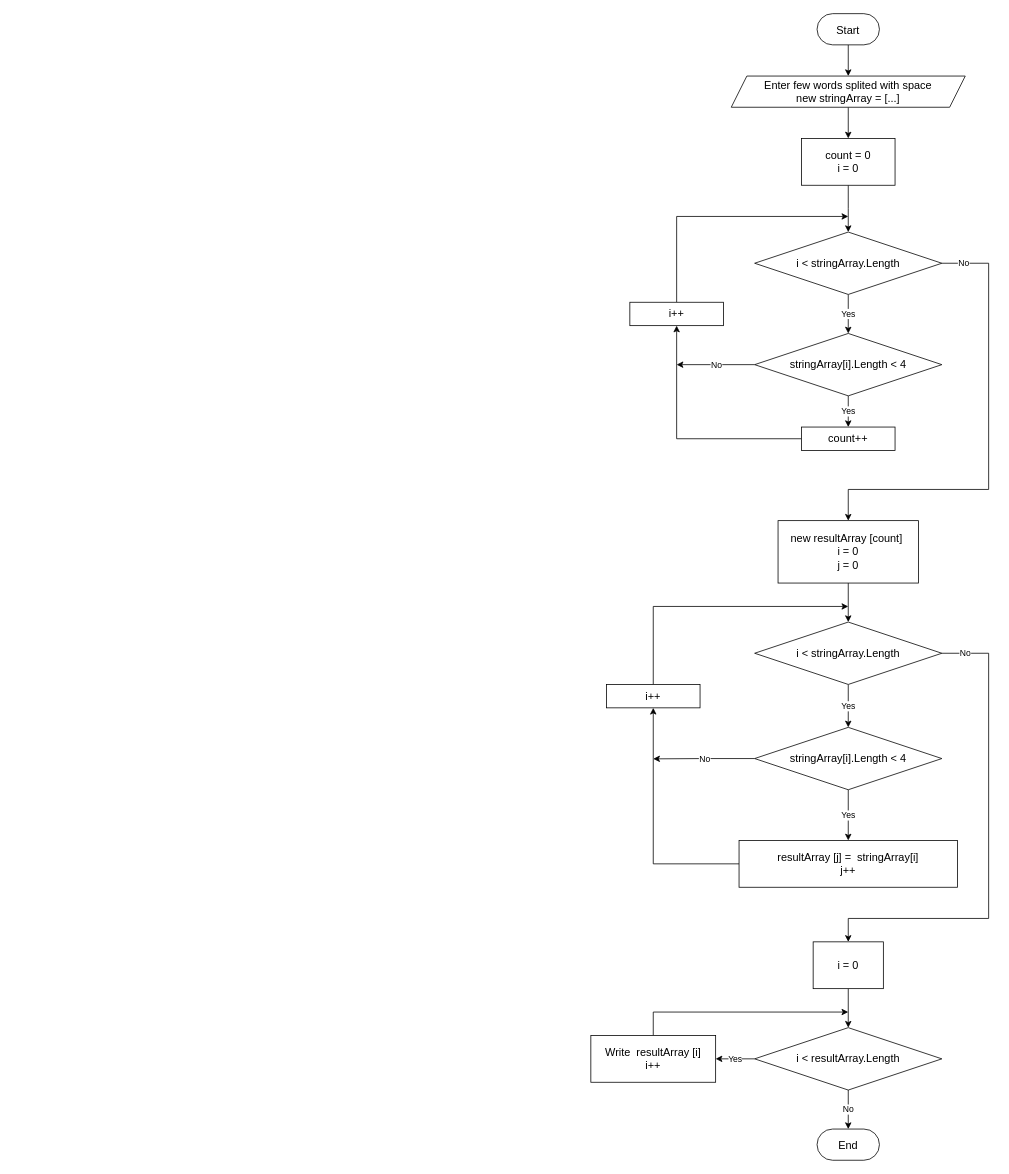
dedani4/GB_Itog keeps this draw.io diagram as GB_Itog_digram.drawio. Above is the earlier version. Source tidied: cells renumbered, new cells numbered last; positions are measured from the earlier drawing's top-left corner, leaving out a move shared by most shapes. Both pictures are drawn from the tidied source at 78%, with x=0, y=0 at pixel (590, 13).
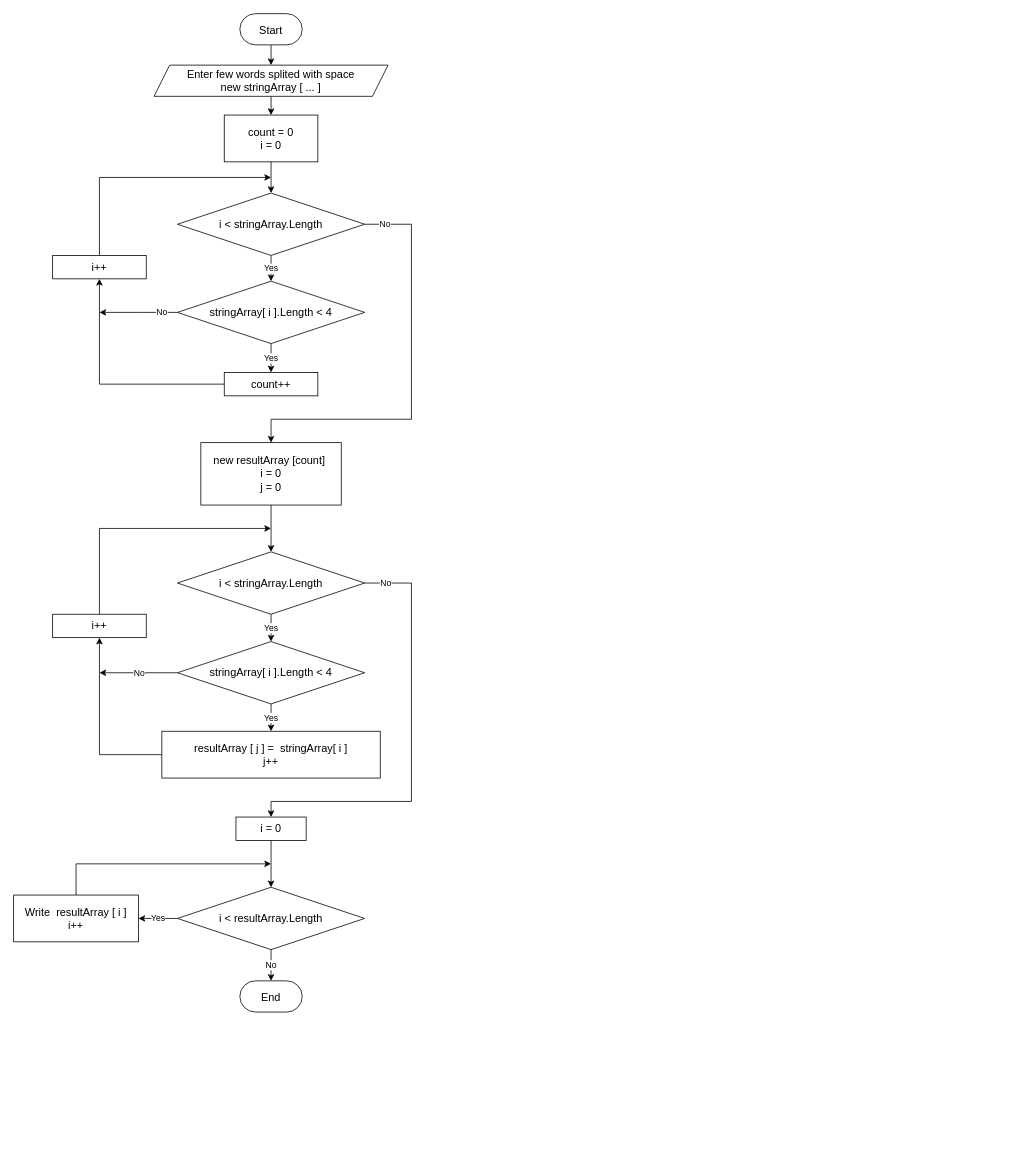
After the change.

Change to the diagram source:
```diff
@@
     <mxCell id="3" value="&lt;font style=&quot;font-size: 14px;&quot;&gt;Start&lt;/font&gt;" style="rounded=1;whiteSpace=wrap;html=1;fontSize=16;arcSize=50;" parent="1" vertex="1">
-      <mxGeometry x="290" width="80" height="40" as="geometry" />
+      <mxGeometry x="-450" width="80" height="40" as="geometry" />
     </mxCell>
@@
-    <mxCell id="5" value="Enter few words splited with space&lt;br&gt;new stringArray&amp;nbsp;= [...]" style="shape=parallelogram;perimeter=parallelogramPerimeter;whiteSpace=wrap;html=1;fixedSize=1;fontSize=14;" parent="1" vertex="1">
-      <mxGeometry x="180" y="80" width="300" height="40" as="geometry" />
+    <mxCell id="5" value="Enter few words splited with space&lt;br&gt;new stringArray [ ... ]" style="shape=parallelogram;perimeter=parallelogramPerimeter;whiteSpace=wrap;html=1;fixedSize=1;fontSize=14;" parent="1" vertex="1">
+      <mxGeometry x="-560" y="66" width="300" height="40" as="geometry" />
     </mxCell>
-    <mxCell id="6" style="edgeStyle=orthogonalEdgeStyle;rounded=0;jettySize=auto;html=1;exitX=0.5;exitY=1;exitDx=0;exitDy=0;" parent="1" edge="1" source="7">
-      <mxGeometry relative="1" as="geometry">
-        <mxPoint x="330" y="280" as="targetPoint" />
-      </mxGeometry>
+    <mxCell id="6" style="edgeStyle=orthogonalEdgeStyle;rounded=0;jettySize=auto;html=1;exitX=0.5;exitY=1;exitDx=0;exitDy=0;entryX=0.5;entryY=0;entryDx=0;entryDy=0;" parent="1" edge="1" source="7" target="10">
+      <mxGeometry relative="1" as="geometry" />
     </mxCell>
     <mxCell id="7" value="count = 0&lt;br&gt;i = 0" style="rounded=0;whiteSpace=wrap;html=1;fontSize=14;" parent="1" vertex="1">
-      <mxGeometry x="270" y="160" width="120" height="60" as="geometry" />
+      <mxGeometry x="-470" y="130" width="120" height="60" as="geometry" />
     </mxCell>
@@
     <mxCell id="9" value="No" style="edgeStyle=orthogonalEdgeStyle;rounded=0;jettySize=auto;html=1;exitX=1;exitY=0.5;exitDx=0;exitDy=0;entryX=0.5;entryY=0;entryDx=0;entryDy=0;" parent="1" edge="1" source="10" target="17">
       <mxGeometry x="-0.9" relative="1" as="geometry">
         <Array as="points">
-          <mxPoint x="510" y="320" />
-          <mxPoint x="510" y="610" />
-          <mxPoint x="330" y="610" />
+          <mxPoint x="-230" y="270" />
+          <mxPoint x="-230" y="520" />
+          <mxPoint x="-410" y="520" />
         </Array>
       </mxGeometry>
     </mxCell>
     <mxCell id="10" value="i &amp;lt; stringArray.Length" style="rhombus;whiteSpace=wrap;html=1;fontSize=14;" parent="1" vertex="1">
-      <mxGeometry x="210" y="280" width="240" height="80" as="geometry" />
+      <mxGeometry x="-530" y="230" width="240" height="80" as="geometry" />
     </mxCell>
@@
     <mxCell id="12" value="No" style="edgeStyle=orthogonalEdgeStyle;rounded=0;jettySize=auto;html=1;exitX=0;exitY=0.5;exitDx=0;exitDy=0;" parent="1" edge="1" source="13">
-      <mxGeometry relative="1" as="geometry">
-        <mxPoint x="110" y="450" as="targetPoint" />
+      <mxGeometry x="-0.6" relative="1" as="geometry">
+        <mxPoint x="-630" y="383" as="targetPoint" />
       </mxGeometry>
     </mxCell>
-    <mxCell id="13" value="stringArray[i].Length &amp;lt; 4" style="rhombus;whiteSpace=wrap;html=1;fontSize=14;" parent="1" vertex="1">
-      <mxGeometry x="210" y="410" width="240" height="80" as="geometry" />
+    <mxCell id="13" value="stringArray[ i ].Length &amp;lt; 4" style="rhombus;whiteSpace=wrap;html=1;fontSize=14;" parent="1" vertex="1">
+      <mxGeometry x="-530" y="343" width="240" height="80" as="geometry" />
     </mxCell>
@@
     <mxCell id="15" value="count++" style="rounded=0;whiteSpace=wrap;html=1;fontSize=14;" parent="1" vertex="1">
-      <mxGeometry x="270" y="530" width="120" height="30" as="geometry" />
+      <mxGeometry x="-470" y="460" width="120" height="30" as="geometry" />
     </mxCell>
@@
     <mxCell id="17" value="new resultArray [count]&amp;nbsp;&lt;br&gt;i = 0&lt;br&gt;j = 0" style="rounded=0;whiteSpace=wrap;html=1;fontSize=14;" parent="1" vertex="1">
-      <mxGeometry x="240" y="650" width="180" height="80" as="geometry" />
+      <mxGeometry x="-500" y="550" width="180" height="80" as="geometry" />
     </mxCell>
@@
     <mxCell id="19" value="No" style="edgeStyle=orthogonalEdgeStyle;rounded=0;jettySize=auto;html=1;exitX=1;exitY=0.5;exitDx=0;exitDy=0;entryX=0.5;entryY=0;entryDx=0;entryDy=0;" parent="1" edge="1" source="20" target="37">
       <mxGeometry x="-0.9" relative="1" as="geometry">
         <Array as="points">
-          <mxPoint x="510" y="820" />
-          <mxPoint x="510" y="1160" />
-          <mxPoint x="330" y="1160" />
+          <mxPoint x="-230" y="730" />
+          <mxPoint x="-230" y="1010" />
+          <mxPoint x="-410" y="1010" />
         </Array>
       </mxGeometry>
     </mxCell>
     <mxCell id="20" value="i &amp;lt; stringArray.Length" style="rhombus;whiteSpace=wrap;html=1;fontSize=14;" parent="1" vertex="1">
-      <mxGeometry x="210" y="780" width="240" height="80" as="geometry" />
+      <mxGeometry x="-530" y="690" width="240" height="80" as="geometry" />
     </mxCell>
     <mxCell id="21" style="edgeStyle=orthogonalEdgeStyle;rounded=0;jettySize=auto;html=1;exitX=0.5;exitY=0;exitDx=0;exitDy=0;" parent="1" edge="1" source="22">
       <mxGeometry relative="1" as="geometry">
-        <mxPoint x="330" y="260" as="targetPoint" />
+        <mxPoint x="-410" y="210" as="targetPoint" />
         <Array as="points">
-          <mxPoint x="110" y="260" />
+          <mxPoint x="-630" y="210" />
         </Array>
       </mxGeometry>
     </mxCell>
     <mxCell id="22" value="i++" style="rounded=0;whiteSpace=wrap;html=1;fontSize=14;" parent="1" vertex="1">
-      <mxGeometry x="50" y="370" width="120" height="30" as="geometry" />
+      <mxGeometry x="-690" y="310" width="120" height="30" as="geometry" />
     </mxCell>
@@
     <mxCell id="24" value="No" style="edgeStyle=orthogonalEdgeStyle;rounded=0;jettySize=auto;html=1;exitX=0;exitY=0.5;exitDx=0;exitDy=0;" parent="1" edge="1" source="25">
       <mxGeometry relative="1" as="geometry">
-        <mxPoint x="80" y="955.4" as="targetPoint" />
+        <mxPoint x="-630" y="845" as="targetPoint" />
       </mxGeometry>
     </mxCell>
-    <mxCell id="25" value="stringArray[i].Length &amp;lt; 4" style="rhombus;whiteSpace=wrap;html=1;fontSize=14;" parent="1" vertex="1">
-      <mxGeometry x="210" y="915" width="240" height="80" as="geometry" />
+    <mxCell id="25" value="stringArray[ i ].Length &amp;lt; 4" style="rhombus;whiteSpace=wrap;html=1;fontSize=14;" parent="1" vertex="1">
+      <mxGeometry x="-530" y="805" width="240" height="80" as="geometry" />
     </mxCell>
@@
-    <mxCell id="27" value="resultArray [j] =&amp;nbsp; stringArray[i]&lt;br&gt;j++" style="rounded=0;whiteSpace=wrap;html=1;fontSize=14;" parent="1" vertex="1">
-      <mxGeometry x="190" y="1060" width="280" height="60" as="geometry" />
+    <mxCell id="27" value="resultArray [ j ] =&amp;nbsp; stringArray[ i ]&lt;br&gt;j++" style="rounded=0;whiteSpace=wrap;html=1;fontSize=14;" parent="1" vertex="1">
+      <mxGeometry x="-550" y="920" width="280" height="60" as="geometry" />
     </mxCell>
     <mxCell id="28" style="edgeStyle=orthogonalEdgeStyle;rounded=0;jettySize=auto;html=1;exitX=0.5;exitY=0;exitDx=0;exitDy=0;" parent="1" edge="1" source="29">
       <mxGeometry relative="1" as="geometry">
-        <mxPoint x="330" y="760" as="targetPoint" />
+        <mxPoint x="-410" y="660" as="targetPoint" />
         <Array as="points">
-          <mxPoint x="80" y="760" />
+          <mxPoint x="-630" y="660" />
         </Array>
       </mxGeometry>
     </mxCell>
     <mxCell id="29" value="i++" style="rounded=0;whiteSpace=wrap;html=1;fontSize=14;" parent="1" vertex="1">
-      <mxGeometry x="20" y="860" width="120" height="30" as="geometry" />
+      <mxGeometry x="-690" y="770" width="120" height="30" as="geometry" />
     </mxCell>
@@
     <mxCell id="32" value="i &amp;lt; resultArray.Length" style="rhombus;whiteSpace=wrap;html=1;fontSize=14;" parent="1" vertex="1">
-      <mxGeometry x="210" y="1300" width="240" height="80" as="geometry" />
+      <mxGeometry x="-530" y="1120" width="240" height="80" as="geometry" />
     </mxCell>
     <mxCell id="33" value="&lt;font style=&quot;font-size: 14px;&quot;&gt;End&lt;/font&gt;" style="rounded=1;whiteSpace=wrap;html=1;fontSize=16;arcSize=50;" parent="1" vertex="1">
-      <mxGeometry x="290" y="1430" width="80" height="40" as="geometry" />
+      <mxGeometry x="-450" y="1240" width="80" height="40" as="geometry" />
     </mxCell>
     <mxCell id="34" style="edgeStyle=orthogonalEdgeStyle;rounded=0;jettySize=auto;html=1;exitX=0.5;exitY=0;exitDx=0;exitDy=0;" parent="1" edge="1" source="35">
       <mxGeometry relative="1" as="geometry">
-        <mxPoint x="330" y="1280" as="targetPoint" />
+        <mxPoint x="-410" y="1090" as="targetPoint" />
         <Array as="points">
-          <mxPoint x="80" y="1280" />
+          <mxPoint x="-660" y="1090" />
         </Array>
       </mxGeometry>
     </mxCell>
-    <mxCell id="35" value="Write&amp;nbsp; resultArray [i]&lt;br&gt;i++" style="rounded=0;whiteSpace=wrap;html=1;fontSize=14;" parent="1" vertex="1">
-      <mxGeometry y="1310" width="160" height="60" as="geometry" />
+    <mxCell id="35" value="Write&amp;nbsp; resultArray [ i ]&lt;br&gt;i++" style="rounded=0;whiteSpace=wrap;html=1;fontSize=14;" parent="1" vertex="1">
+      <mxGeometry x="-740" y="1130" width="160" height="60" as="geometry" />
     </mxCell>
@@
     <mxCell id="37" value="i = 0" style="rounded=0;whiteSpace=wrap;html=1;fontSize=14;" parent="1" vertex="1">
-      <mxGeometry x="285" y="1190" width="90" height="60" as="geometry" />
+      <mxGeometry x="-455" y="1030" width="90" height="30" as="geometry" />
     </mxCell>
```
